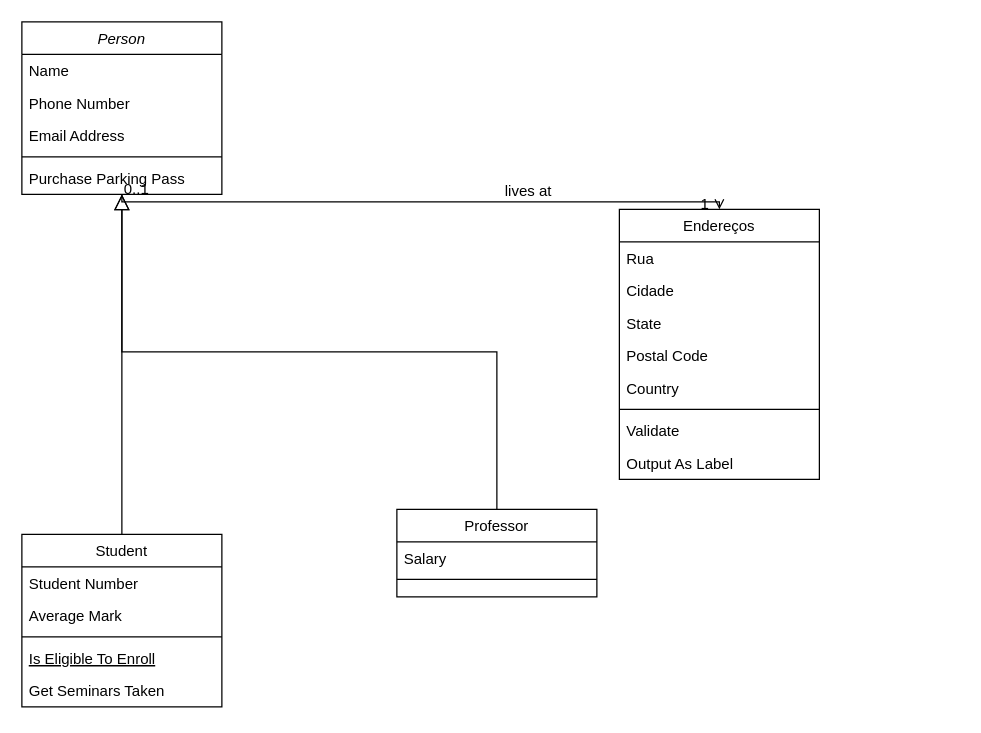
Above: Diagrama sem nome.drawio in frsh-prnc/livro-receitas (draw.io), before the change. Source tidied: cells renumbered, new cells numbered last; positions are measured from the earlier drawing's top-left corner, leaving out a move shared by most shapes. Both pictures are drawn from the tidied source at 125%, with x=0, y=0 at pixel (21, 21).
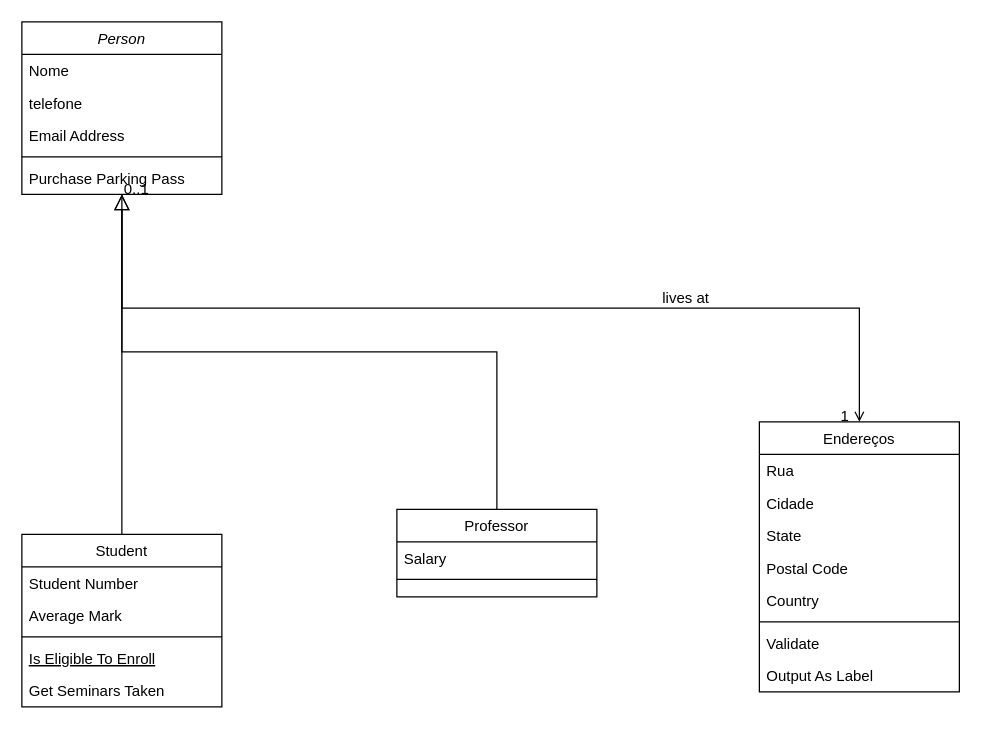
The same diagram, later.

Commit message:
traduzindo alguns termos

The change refers to these unchanged cells:
```xml
<mxCell id="2" value="Person" style="swimlane;fontStyle=2;align=center;verticalAlign=top;horizontal=1;startSize=26;rounded=0;shadow=0;strokeWidth=1;" parent="1" vertex="1">
  <mxGeometry width="160" height="138" as="geometry" />
</mxCell>
```

The edit, as a diff of the source:
```diff
@@
-    <mxCell id="3" value="Name" style="text;align=left;verticalAlign=top;spacingLeft=4;spacingRight=4;overflow=hidden;" parent="2" vertex="1">
+    <mxCell id="3" value="Nome" style="text;align=left;verticalAlign=top;spacingLeft=4;spacingRight=4;overflow=hidden;" parent="2" vertex="1">
       <mxGeometry y="26" width="160" height="26" as="geometry" />
     </mxCell>
-    <mxCell id="4" value="Phone Number" style="text;align=left;verticalAlign=top;spacingLeft=4;spacingRight=4;overflow=hidden;rounded=0;shadow=0;html=0;" parent="2" vertex="1">
+    <mxCell id="4" value="telefone" style="text;align=left;verticalAlign=top;spacingLeft=4;spacingRight=4;overflow=hidden;rounded=0;shadow=0;html=0;" parent="2" vertex="1">
       <mxGeometry y="52" width="160" height="26" as="geometry" />
     </mxCell>
@@
     <mxCell id="19" value="Endereços" style="swimlane;fontStyle=0;align=center;verticalAlign=top;horizontal=1;startSize=26;rounded=0;shadow=0;strokeWidth=1;" parent="1" vertex="1">
-      <mxGeometry x="478" y="150" width="160" height="216" as="geometry" />
+      <mxGeometry x="590" y="320" width="160" height="216" as="geometry" />
     </mxCell>
```
